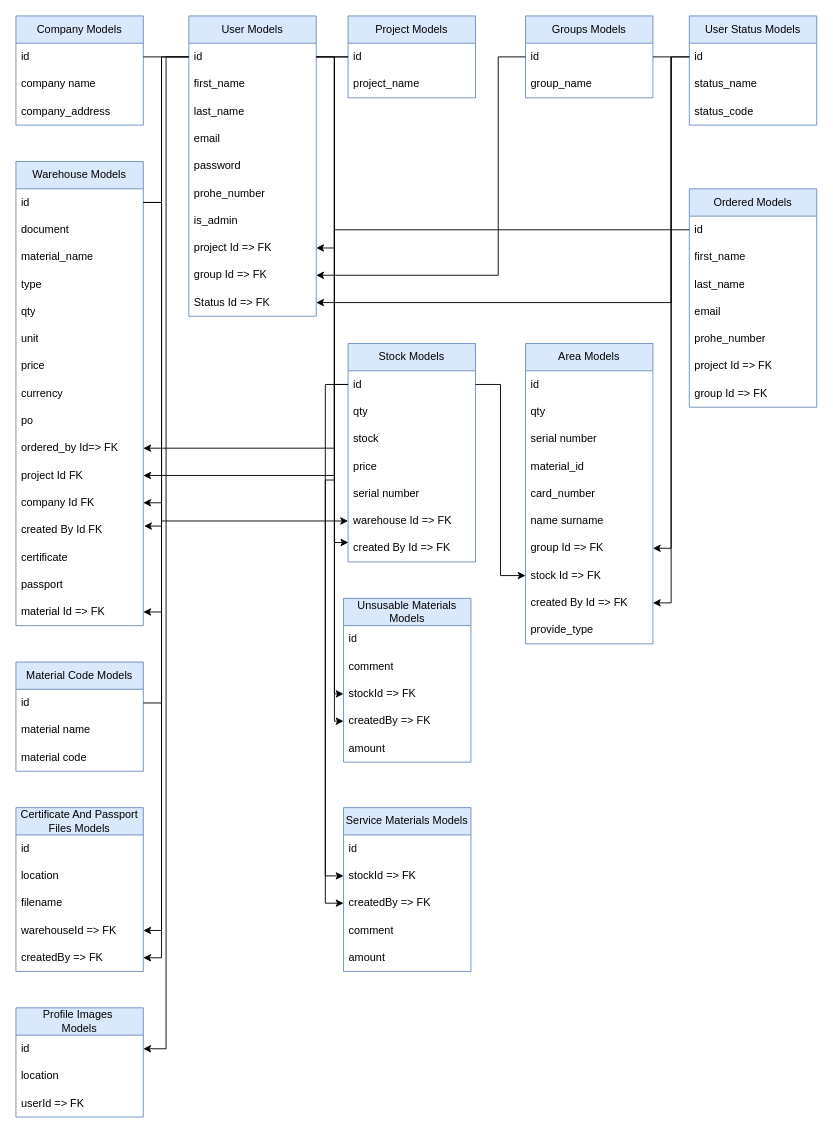
This is DatabaseDiagram.drawio from cavidanbagiri/warehouse-management-server, a draw.io file, before an edit. Source tidied: cells renumbered, new cells numbered last; positions are measured from the earlier drawing's top-left corner, leaving out a move shared by most shapes. Both pictures are drawn from the tidied source at 91%, with x=0, y=0 at pixel (15, 15).
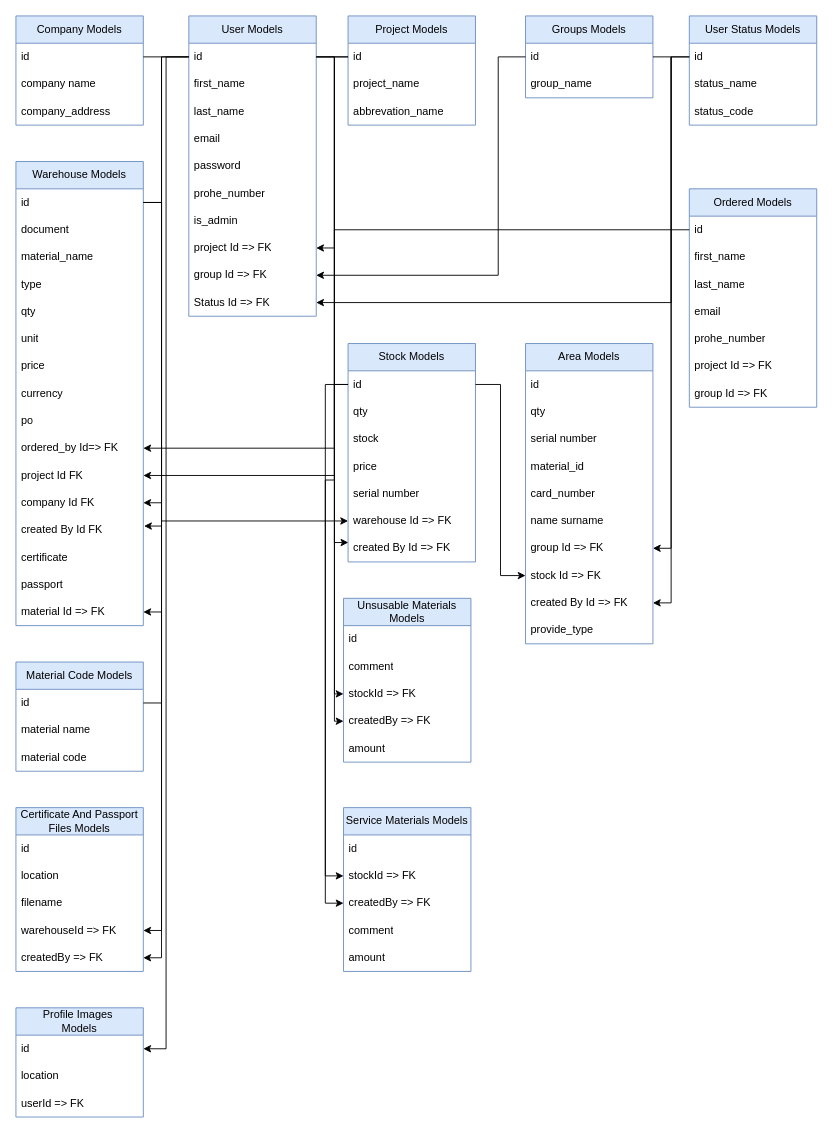
After the change.

Diff of the diagram source:
```diff
@@
     <mxCell id="13" value="Project Models" style="swimlane;fontStyle=0;horizontal=1;startSize=30;whiteSpace=wrap;html=1;fillColor=#dae8fc;strokeColor=#6c8ebf;" parent="1" vertex="1">
-      <mxGeometry x="365" width="140" height="90" as="geometry" />
+      <mxGeometry x="365" width="140" height="120" as="geometry" />
     </mxCell>
@@
+    <mxCell id="117" value="abbrevation_name" style="text;strokeColor=none;fillColor=none;align=left;verticalAlign=middle;spacingLeft=4;spacingRight=4;overflow=hidden;whiteSpace=wrap;html=1;" parent="13" vertex="1">
+      <mxGeometry y="90" width="140" height="30" as="geometry" />
+    </mxCell>
```
